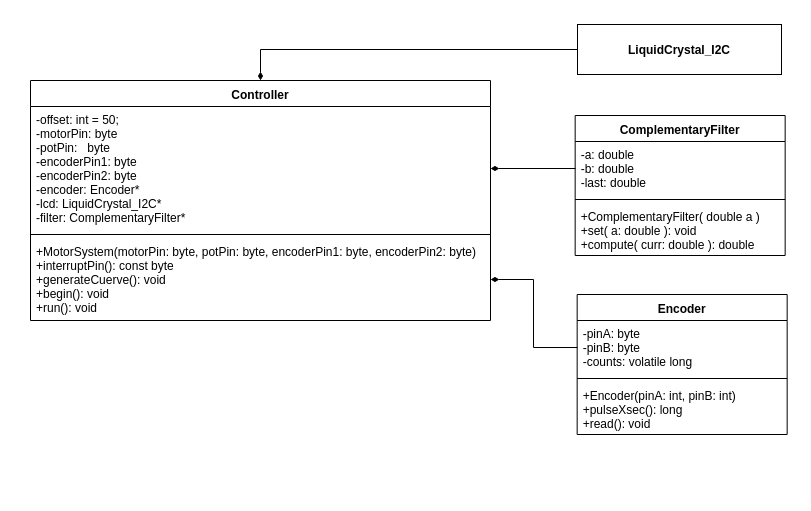
NinoRataDeCMasMas/Controlador-de-velocidad-para-motor-DC keeps this draw.io diagram as schematics/motorSystemClass.png. Above is the earlier version. Source tidied: cells renumbered, new cells last; positions are measured from the earlier drawing's top-left corner, leaving out a move shared by most shapes.
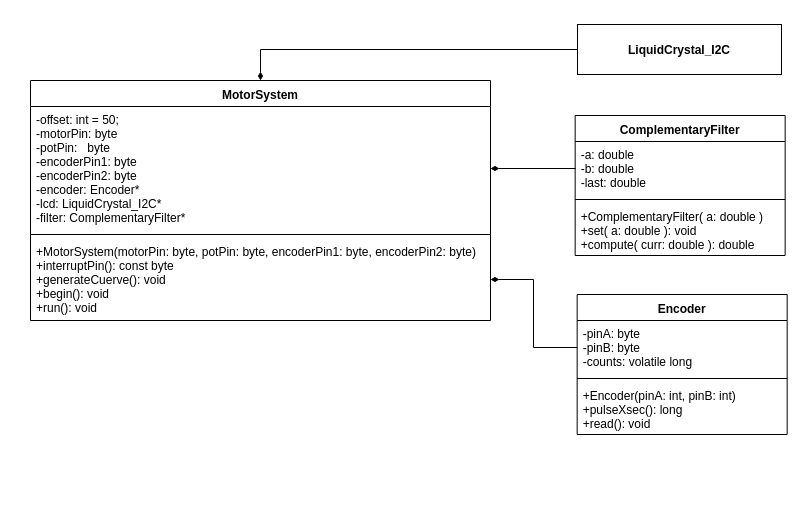
After the commit.

Diff of the diagram source:
```diff
@@ -14,7 +14,7 @@
     <mxCell id="5" style="line;strokeWidth=1;fillColor=none;align=left;verticalAlign=middle;spacingTop=-1;spacingLeft=3;spacingRight=3;labelPosition=right;" parent="3" vertex="1">
       <mxGeometry y="80" width="210" height="8" as="geometry" />
     </mxCell>
-    <mxCell id="6" value="+ComplementaryFilter( double a )&#10;+set( a: double ): void&#10;+compute( curr: double ): double" style="text;strokeColor=none;fillColor=none;align=left;verticalAlign=top;spacingLeft=4;spacingRight=4;overflow=hidden;" parent="3" vertex="1">
+    <mxCell id="6" value="+ComplementaryFilter( a: double )&#10;+set( a: double ): void&#10;+compute( curr: double ): double" style="text;strokeColor=none;fillColor=none;align=left;verticalAlign=top;spacingLeft=4;spacingRight=4;overflow=hidden;" parent="3" vertex="1">
       <mxGeometry y="88" width="210" height="52" as="geometry" />
     </mxCell>
     <mxCell id="7" value="Encoder" style="swimlane;fontStyle=1;align=center;verticalAlign=top;horizontal=1;startSize=26;" parent="1" vertex="1">
@@ -29,7 +29,7 @@
     <mxCell id="10" value="+Encoder(pinA: int, pinB: int)&#10;+pulseXsec(): long&#10;+read(): void  " style="text;strokeColor=none;fillColor=none;align=left;verticalAlign=top;spacingLeft=4;spacingRight=4;overflow=hidden;" parent="7" vertex="1">
       <mxGeometry y="88" width="210" height="52" as="geometry" />
     </mxCell>
-    <mxCell id="11" value="Controller" style="swimlane;fontStyle=1;align=center;verticalAlign=top;horizontal=1;startSize=26;" parent="1" vertex="1">
+    <mxCell id="11" value="MotorSystem&#10;&#10;" style="swimlane;fontStyle=1;align=center;verticalAlign=top;horizontal=1;startSize=26;" parent="1" vertex="1">
       <mxGeometry x="30" y="80" width="460" height="240" as="geometry" />
     </mxCell>
     <mxCell id="12" value="-offset: int = 50;&#10;-motorPin: byte&#10;-potPin:   byte&#10;-encoderPin1: byte&#10;-encoderPin2: byte&#10;-encoder: Encoder* &#10;-lcd: LiquidCrystal_I2C*&#10;-filter: ComplementaryFilter*" style="text;strokeColor=none;fillColor=none;align=left;verticalAlign=top;spacingLeft=4;spacingRight=4;overflow=hidden;points=[[0,0.5],[1,0.5]];portConstraint=eastwest;" parent="11" vertex="1">
```
